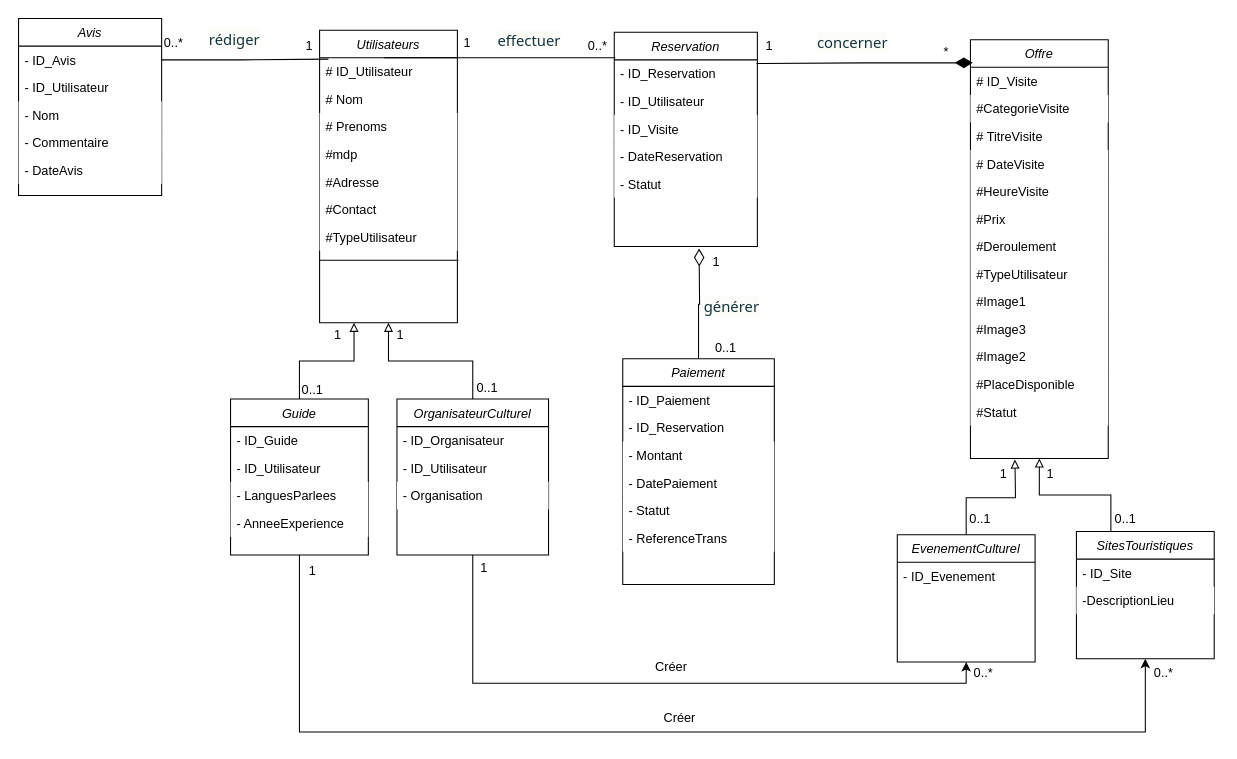
This is diagramme classe.drawio from louis-fresnel99/TpGasaL1, a draw.io file, before an edit. Source tidied: cells renumbered, new cells numbered last; positions are measured from the earlier drawing's top-left corner, leaving out a move shared by most shapes. Both pictures are drawn from the tidied source at 106%, with x=0, y=0 at pixel (18, 18).
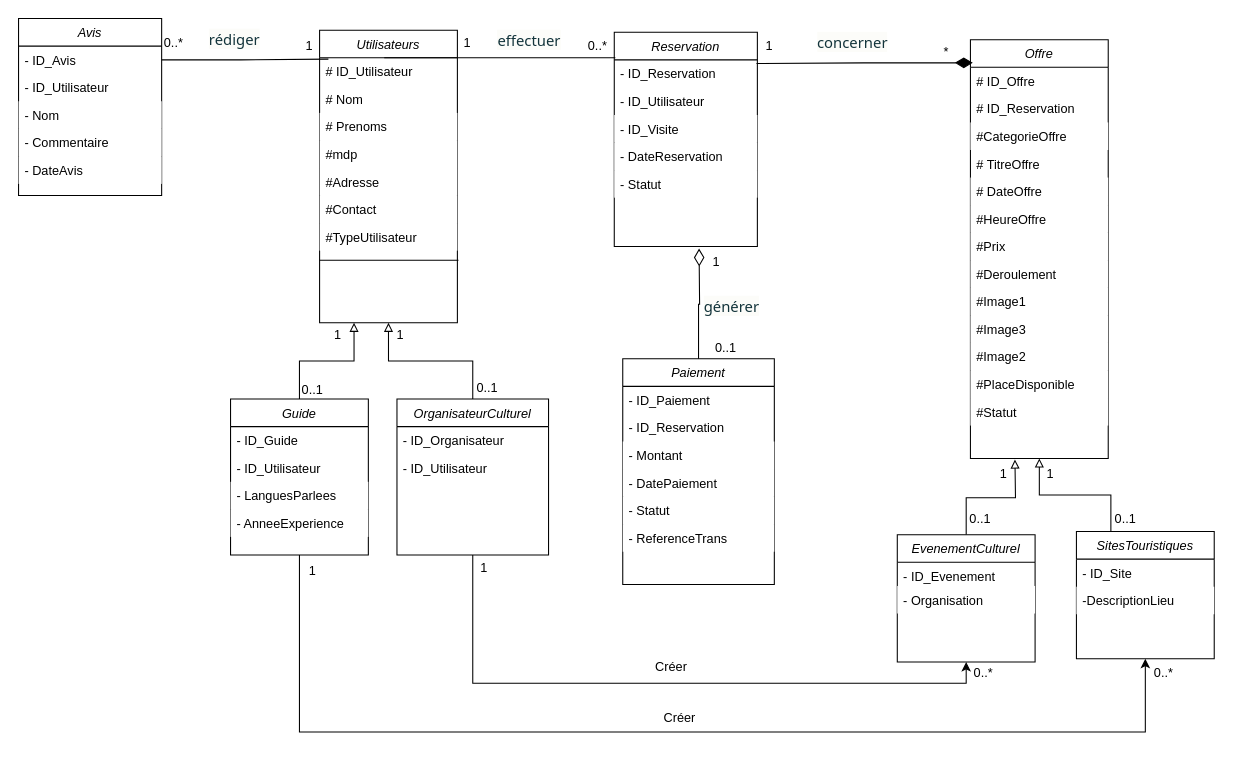
The same diagram, later.

Commit message:
Mettre à jour diagramme classe.drawio

Unchanged cells that the change refers to:
```xml
<mxCell id="20" value="OrganisateurCulturel" style="swimlane;fontStyle=2;align=center;verticalAlign=top;horizontal=1;startSize=26;rounded=0;shadow=0;strokeWidth=1;" parent="1" vertex="1">
  <mxGeometry x="357" y="359" width="143" height="147" as="geometry" />
</mxCell>
<mxCell id="45" value="EvenementCulturel" style="swimlane;fontStyle=2;align=center;verticalAlign=top;horizontal=1;startSize=26;rounded=0;shadow=0;strokeWidth=1;" parent="43" vertex="1">
  <mxGeometry y="467" width="130" height="120" as="geometry" />
</mxCell>
<mxCell id="52" value="Offre" style="swimlane;fontStyle=2;align=center;verticalAlign=top;horizontal=1;startSize=26;rounded=0;shadow=0;strokeWidth=1;" parent="43" vertex="1">
  <mxGeometry x="69" width="130" height="395" as="geometry" />
</mxCell>
```

Diff of the diagram source:
```diff
@@
-    <mxCell id="23" value="- Organisation" style="text;align=left;verticalAlign=top;spacingLeft=4;spacingRight=4;overflow=hidden;rounded=0;shadow=0;html=0;fillColor=default;textShadow=0;fontColor=default;" parent="20" vertex="1">
-      <mxGeometry y="78" width="143" height="26" as="geometry" />
-    </mxCell>
@@
+    <mxCell id="23" value="- Organisation" style="text;align=left;verticalAlign=top;spacingLeft=4;spacingRight=4;overflow=hidden;rounded=0;shadow=0;html=0;fillColor=default;textShadow=0;fontColor=default;" parent="45" vertex="1">
+      <mxGeometry y="48.3" width="130" height="26" as="geometry" />
+    </mxCell>
@@
-    <mxCell id="53" value="# ID_Visite" style="text;align=left;verticalAlign=top;spacingLeft=4;spacingRight=4;overflow=hidden;points=[[0,0.5],[1,0.5]];portConstraint=eastwest;" parent="52" vertex="1">
+    <mxCell id="53" value="# ID_Offre" style="text;align=left;verticalAlign=top;spacingLeft=4;spacingRight=4;overflow=hidden;points=[[0,0.5],[1,0.5]];portConstraint=eastwest;" parent="52" vertex="1">
       <mxGeometry y="26" width="130" height="26" as="geometry" />
     </mxCell>
+    <mxCell id="96" value="# ID_Reservation" style="text;align=left;verticalAlign=top;spacingLeft=4;spacingRight=4;overflow=hidden;" parent="52" vertex="1">
+      <mxGeometry y="52" width="130" height="26" as="geometry" />
+    </mxCell>
-    <mxCell id="54" value="#CategorieVisite" style="text;align=left;verticalAlign=top;spacingLeft=4;spacingRight=4;overflow=hidden;rounded=0;shadow=0;html=0;fillColor=default;textShadow=0;fontColor=default;" parent="52" vertex="1">
-      <mxGeometry y="52" width="130" height="26" as="geometry" />
+    <mxCell id="54" value="#CategorieOffre" style="text;align=left;verticalAlign=top;spacingLeft=4;spacingRight=4;overflow=hidden;rounded=0;shadow=0;html=0;fillColor=default;textShadow=0;fontColor=default;" parent="52" vertex="1">
+      <mxGeometry y="78" width="130" height="26" as="geometry" />
     </mxCell>
-    <mxCell id="55" value="# TitreVisite" style="text;align=left;verticalAlign=top;spacingLeft=4;spacingRight=4;overflow=hidden;rounded=0;shadow=0;html=0;" parent="52" vertex="1">
-      <mxGeometry y="78" width="130" height="26" as="geometry" />
+    <mxCell id="55" value="# TitreOffre" style="text;align=left;verticalAlign=top;spacingLeft=4;spacingRight=4;overflow=hidden;rounded=0;shadow=0;html=0;" parent="52" vertex="1">
+      <mxGeometry y="104" width="130" height="26" as="geometry" />
     </mxCell>
-    <mxCell id="56" value="# DateVisite" style="text;align=left;verticalAlign=top;spacingLeft=4;spacingRight=4;overflow=hidden;rounded=0;shadow=0;html=0;fillColor=default;textShadow=0;fontColor=default;" parent="52" vertex="1">
-      <mxGeometry y="104" width="130" height="26" as="geometry" />
+    <mxCell id="56" value="# DateOffre" style="text;align=left;verticalAlign=top;spacingLeft=4;spacingRight=4;overflow=hidden;rounded=0;shadow=0;html=0;fillColor=default;textShadow=0;fontColor=default;" parent="52" vertex="1">
+      <mxGeometry y="130" width="130" height="26" as="geometry" />
     </mxCell>
-    <mxCell id="57" value="#HeureVisite" style="text;align=left;verticalAlign=top;spacingLeft=4;spacingRight=4;overflow=hidden;rounded=0;shadow=0;html=0;fillColor=default;textShadow=0;fontColor=default;" parent="52" vertex="1">
-      <mxGeometry y="130" width="130" height="26" as="geometry" />
+    <mxCell id="57" value="#HeureOffre" style="text;align=left;verticalAlign=top;spacingLeft=4;spacingRight=4;overflow=hidden;rounded=0;shadow=0;html=0;fillColor=default;textShadow=0;fontColor=default;" parent="52" vertex="1">
+      <mxGeometry y="156" width="130" height="26" as="geometry" />
     </mxCell>
     <mxCell id="58" value="#Prix" style="text;align=left;verticalAlign=top;spacingLeft=4;spacingRight=4;overflow=hidden;rounded=0;shadow=0;html=0;fillColor=default;textShadow=0;fontColor=default;" parent="52" vertex="1">
-      <mxGeometry y="156" width="130" height="26" as="geometry" />
+      <mxGeometry y="182" width="130" height="26" as="geometry" />
     </mxCell>
     <mxCell id="59" value="#Deroulement" style="text;align=left;verticalAlign=top;spacingLeft=4;spacingRight=4;overflow=hidden;rounded=0;shadow=0;html=0;fillColor=default;textShadow=0;fontColor=default;" parent="52" vertex="1">
-      <mxGeometry y="182" width="130" height="26" as="geometry" />
+      <mxGeometry y="208" width="130" height="26" as="geometry" />
     </mxCell>
-    <mxCell id="60" value="#TypeUtilisateur" style="text;align=left;verticalAlign=top;spacingLeft=4;spacingRight=4;overflow=hidden;rounded=0;shadow=0;html=0;fillColor=default;textShadow=0;fontColor=default;" parent="52" vertex="1">
-      <mxGeometry y="208" width="130" height="26" as="geometry" />
-    </mxCell>
```
